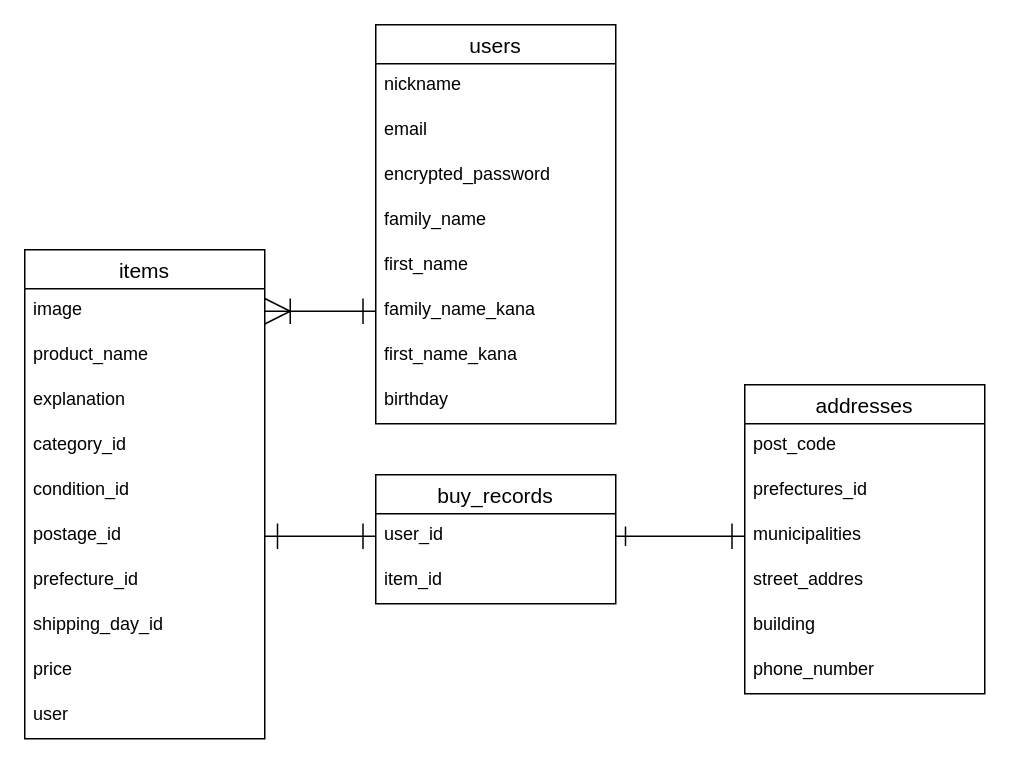
Above: furima-39307.dio in matsumotoyousuke/furima-39307 (draw.io), before the change. Source tidied: cells renumbered, new cells numbered last; positions are measured from the earlier drawing's top-left corner, leaving out a move shared by most shapes. Both pictures are drawn from the tidied source at 150%, with x=0, y=0 at pixel (24, 24).
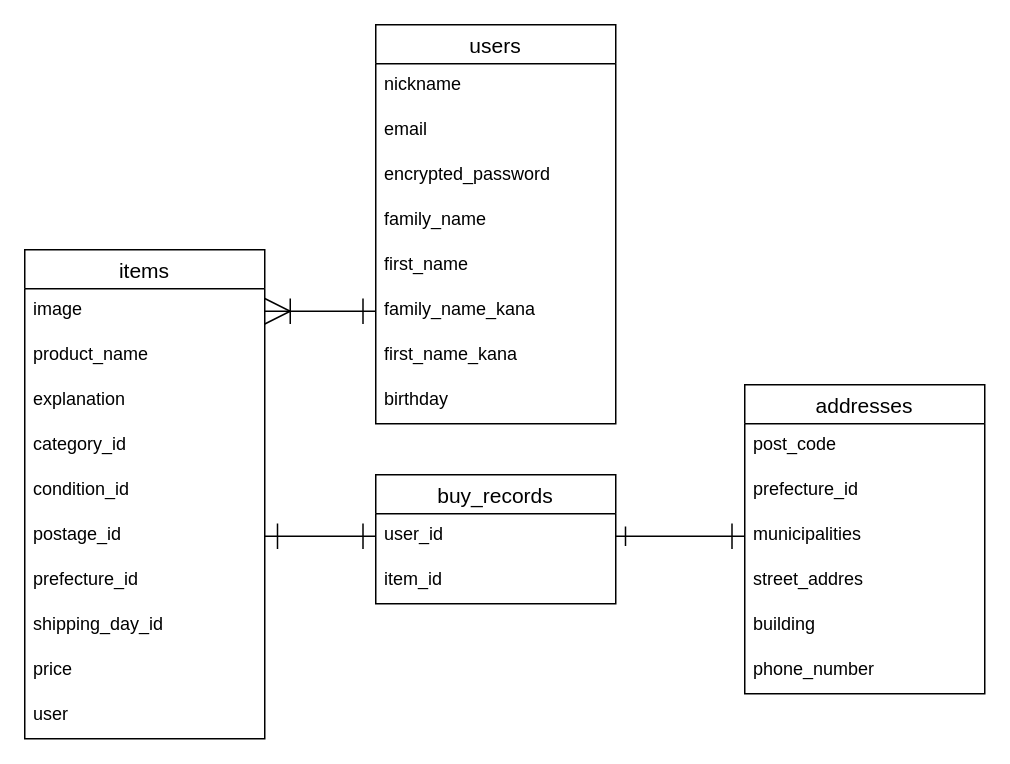
After the change.

Commit message:
ER図、README修正(5)

Unchanged cells that the change refers to:
```xml
<mxCell id="25" value="addresses" style="swimlane;fontStyle=0;horizontal=1;startSize=26;align=center;fontSize=14;labelBorderColor=none;" parent="1" vertex="1">
  <mxGeometry x="480" y="240" width="160" height="206" as="geometry" />
</mxCell>
```

What changed in the source:
```diff
@@
-    <mxCell id="27" value="prefectures_id" style="text;strokeColor=none;fillColor=none;spacingLeft=4;spacingRight=4;overflow=hidden;fontSize=12;labelBorderColor=none;" parent="25" vertex="1">
+    <mxCell id="27" value="prefecture_id" style="text;strokeColor=none;fillColor=none;spacingLeft=4;spacingRight=4;overflow=hidden;fontSize=12;labelBorderColor=none;" parent="25" vertex="1">
       <mxGeometry y="56" width="160" height="30" as="geometry" />
     </mxCell>
```
